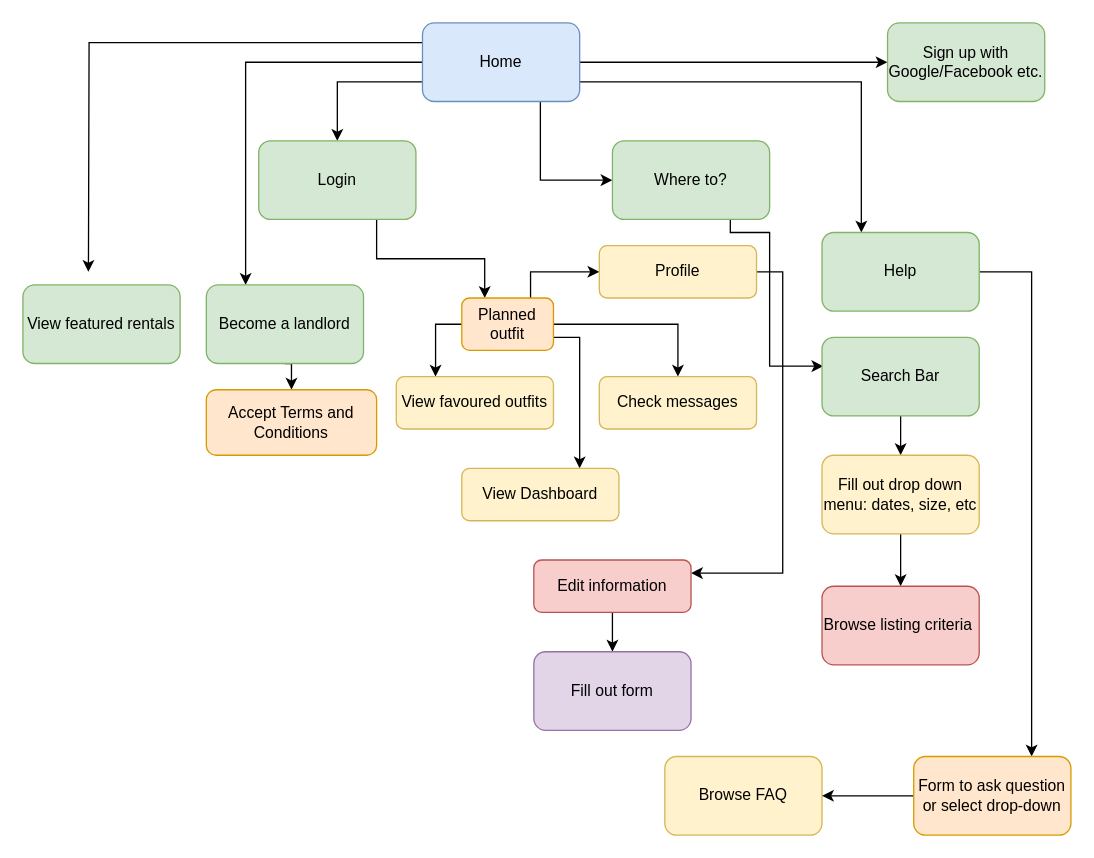
Earlier version of the draw.io diagram page "Rent" (2 of 3) of Untitled Diagram.drawio (odwantloko/odwa-ntloko). Source tidied: cells renumbered, new cells numbered last; positions are measured from the earlier drawing's top-left corner, leaving out a move shared by most shapes. Both pictures are drawn from the tidied source at 131%, with x=0, y=0 at pixel (22, 22).
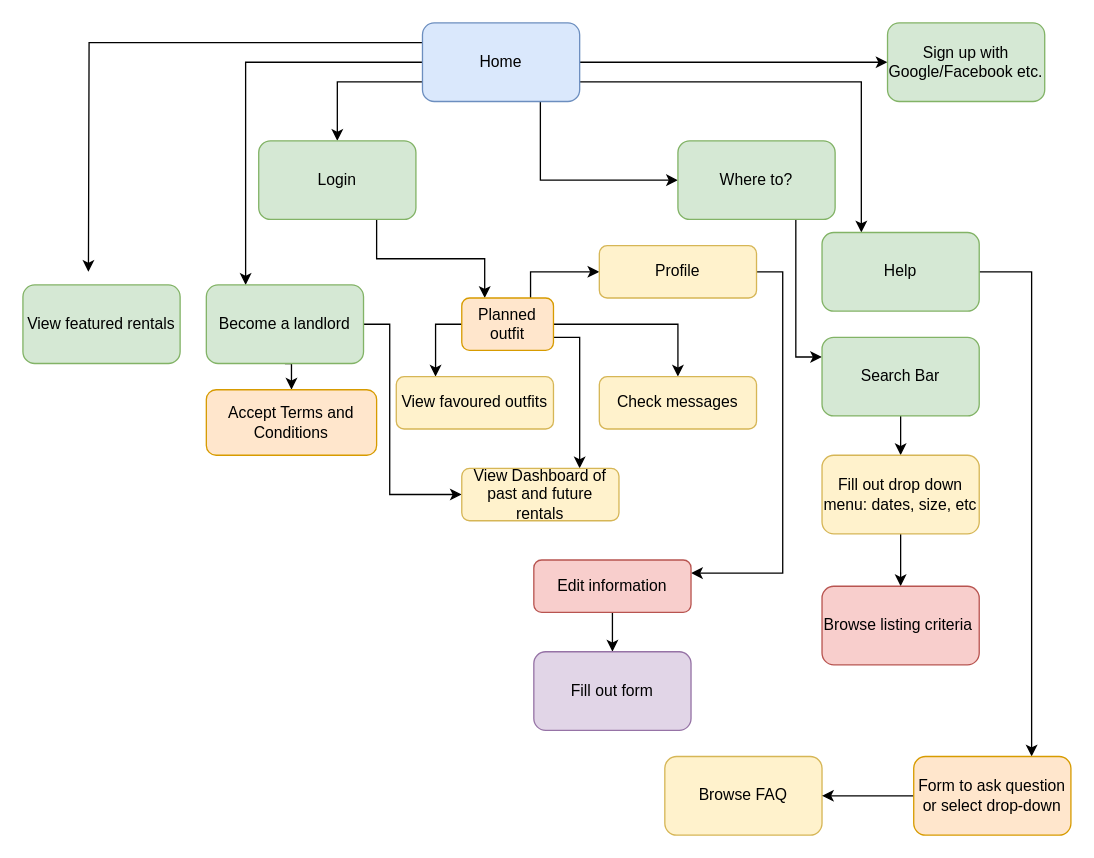
After the change.

The change refers to these unchanged cells:
```xml
<mxCell id="15" value="Become a landlord" style="rounded=1;whiteSpace=wrap;html=1;fillColor=#d5e8d4;strokeColor=#82b366;" parent="1" vertex="1">
  <mxGeometry x="140" y="200" width="120" height="60" as="geometry" />
</mxCell>
<mxCell id="20" value="Search Bar" style="rounded=1;whiteSpace=wrap;html=1;fillColor=#d5e8d4;strokeColor=#82b366;" parent="1" vertex="1">
  <mxGeometry x="610" y="240" width="120" height="60" as="geometry" />
</mxCell>
```

The edit, as a diff of the source:
```diff
@@
-    <mxCell id="9" style="edgeStyle=orthogonalEdgeStyle;rounded=0;jettySize=auto;html=1;exitX=0.75;exitY=1;exitDx=0;exitDy=0;entryX=0.008;entryY=0.367;entryDx=0;entryDy=0;entryPerimeter=0;" parent="1" edge="1" source="10" target="20">
-      <mxGeometry relative="1" as="geometry">
-        <Array as="points">
-          <mxPoint x="540" y="160" />
-          <mxPoint x="570" y="160" />
-          <mxPoint x="570" y="262" />
-        </Array>
-      </mxGeometry>
+    <mxCell id="9" style="edgeStyle=orthogonalEdgeStyle;rounded=0;jettySize=auto;html=1;exitX=0.75;exitY=1;exitDx=0;exitDy=0;entryX=0;entryY=0.25;entryDx=0;entryDy=0;" parent="1" edge="1" source="10" target="20">
+      <mxGeometry relative="1" as="geometry" />
     </mxCell>
     <mxCell id="10" value="Where to?" style="rounded=1;whiteSpace=wrap;html=1;fillColor=#d5e8d4;strokeColor=#82b366;" parent="1" vertex="1">
-      <mxGeometry x="450" y="90" width="120" height="60" as="geometry" />
+      <mxGeometry x="500" y="90" width="120" height="60" as="geometry" />
     </mxCell>
@@
+    <mxCell id="41" style="edgeStyle=orthogonalEdgeStyle;rounded=0;jettySize=auto;html=1;exitX=1;exitY=0.5;exitDx=0;exitDy=0;entryX=0;entryY=0.5;entryDx=0;entryDy=0;" parent="1" edge="1" source="15" target="28">
+      <mxGeometry relative="1" as="geometry">
+        <Array as="points">
+          <mxPoint x="280" y="230" />
+          <mxPoint x="280" y="360" />
+        </Array>
+      </mxGeometry>
+    </mxCell>
@@
-    <mxCell id="28" value="View Dashboard" style="rounded=1;whiteSpace=wrap;html=1;fillColor=#fff2cc;strokeColor=#d6b656;" parent="1" vertex="1">
+    <mxCell id="28" value="View Dashboard of past and future rentals" style="rounded=1;whiteSpace=wrap;html=1;fillColor=#fff2cc;strokeColor=#d6b656;" parent="1" vertex="1">
       <mxGeometry x="335" y="340" width="120" height="40" as="geometry" />
     </mxCell>
```
